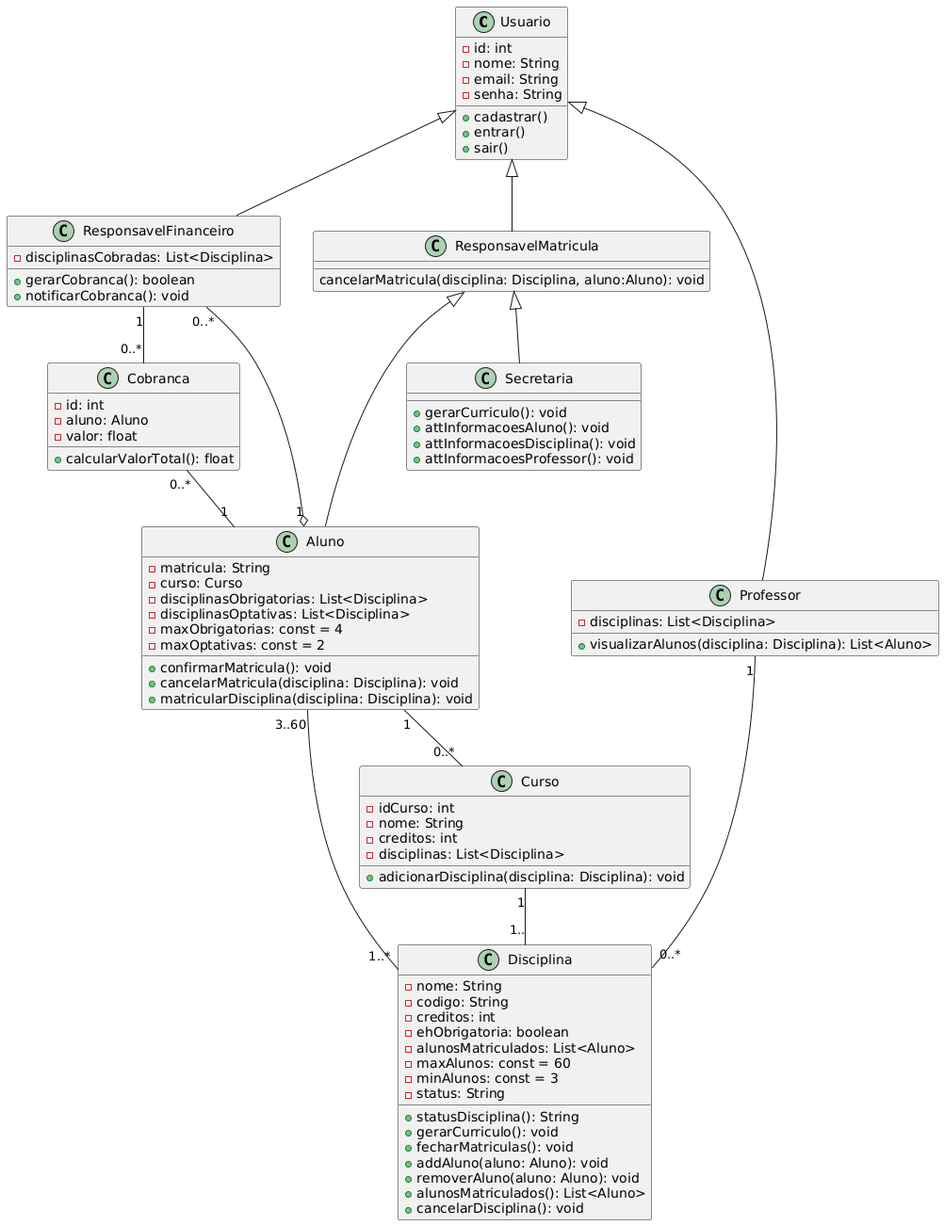
The PlantUML diagram project/img/diagramaDeClasse.png in Eduuhms/LDS-Sistema-de-matriculas, before a commit.
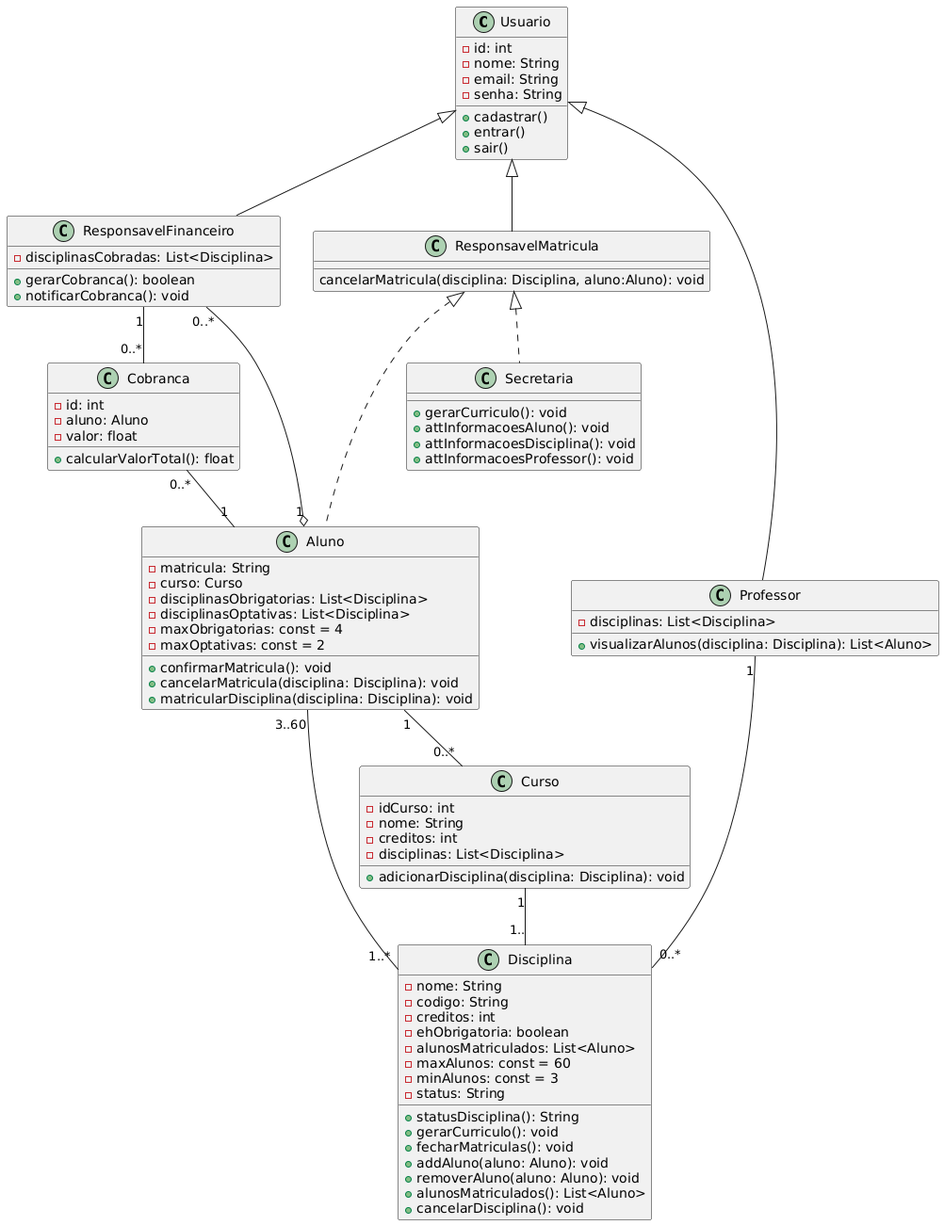
Later version of the same file.

Commit message:
atualizando diagramas de classe

What changed in the source:
```diff
@@ -79,8 +79,8 @@
 
 Usuario <|-- Professor
 Usuario <|-- ResponsavelFinanceiro
-ResponsavelMatricula <|-- Aluno
-ResponsavelMatricula<|-- Secretaria
+ResponsavelMatricula <|.. Aluno
+ResponsavelMatricula<|.. Secretaria
 Usuario<|-- ResponsavelMatricula
 
 Cobranca "0..*" -- "1" Aluno
```
